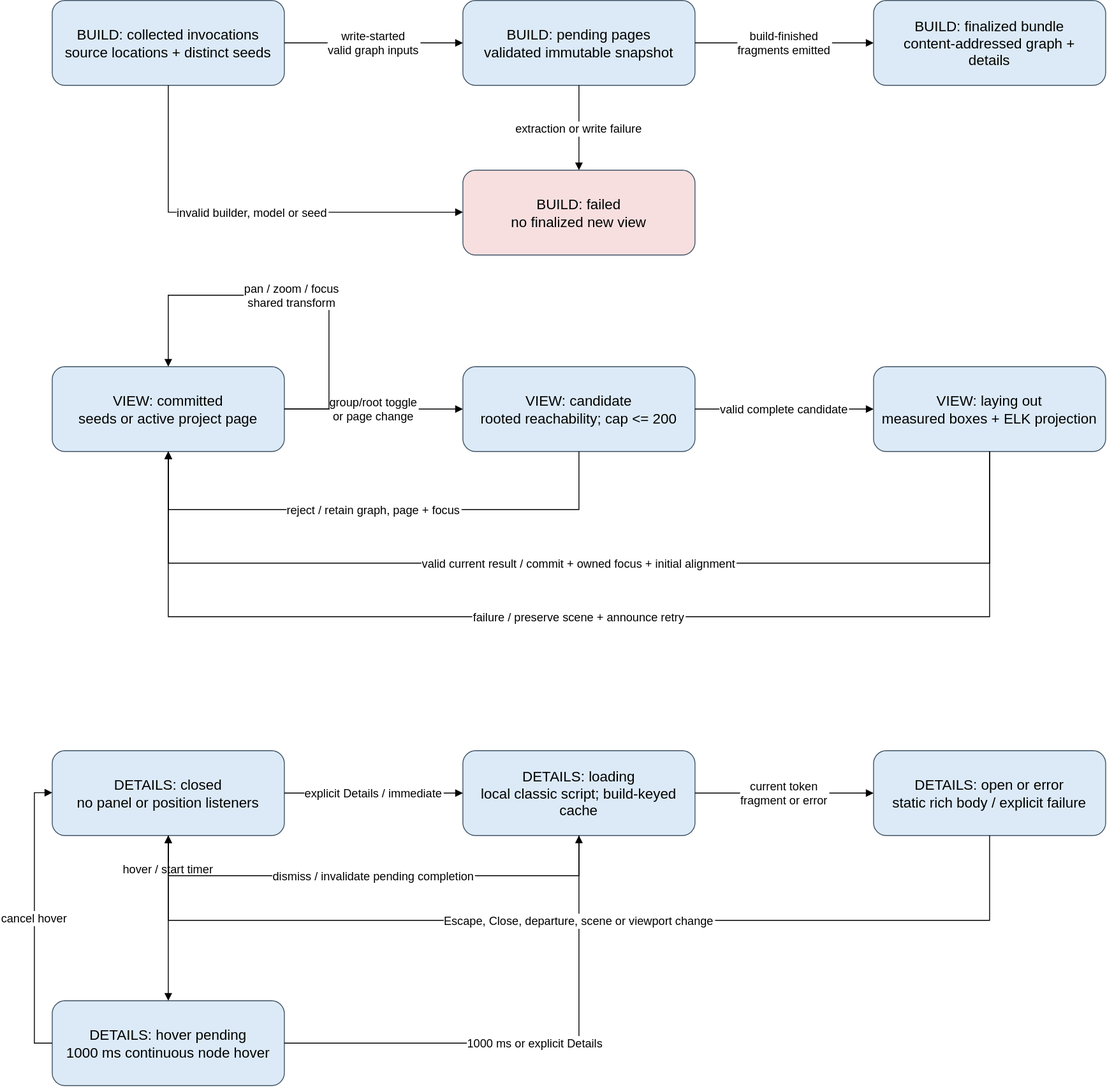
Above: docs/architecture/diagrams/state-machine.svg in sysblacksmith/STV_sphinx-traceability-view (draw.io), before the change. Source tidied: cells renumbered, new cells last; positions are measured from the earlier drawing's top-left corner, leaving out a move shared by most shapes.
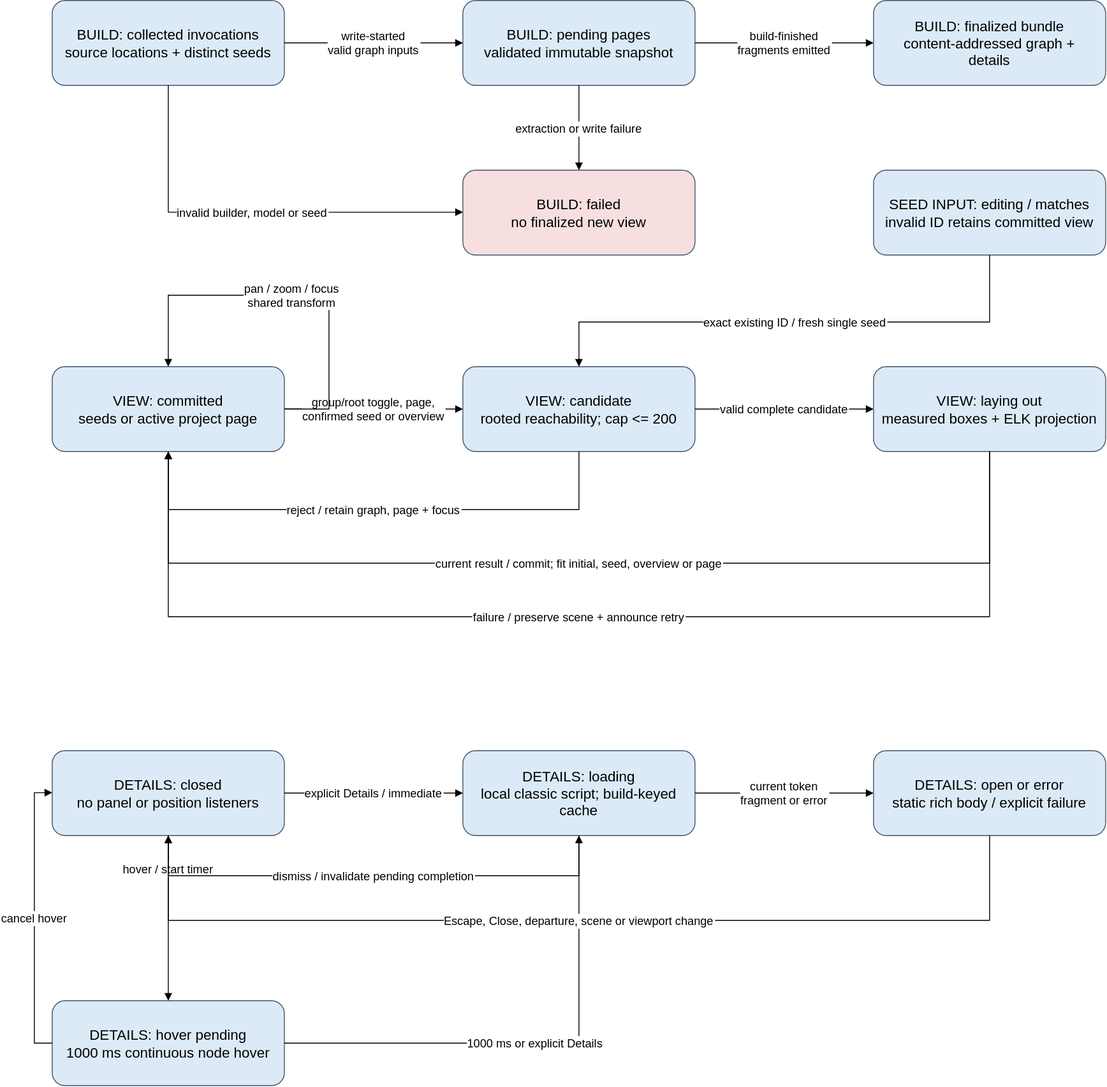
After the change.

Diff of the diagram source:
```diff
@@ -39,7 +39,7 @@
     <mxCell id="12" value="VIEW: laying out&#10;measured boxes + ELK projection" style="rounded=1;whiteSpace=wrap;html=0;fillColor=#dceaf7;strokeColor=#425466;fontSize=16;spacing=10;" parent="1" vertex="1">
       <mxGeometry x="940" y="410" width="260" height="95" as="geometry" />
     </mxCell>
-    <mxCell id="13" value="group/root toggle&#10;or page change" style="edgeStyle=orthogonalEdgeStyle;rounded=0;html=0;endArrow=block;fontSize=13;labelBackgroundColor=#ffffff;" parent="1" edge="1" source="10" target="11">
+    <mxCell id="13" value="group/root toggle, page,&#10;confirmed seed or overview" style="edgeStyle=orthogonalEdgeStyle;rounded=0;html=0;endArrow=block;fontSize=13;labelBackgroundColor=#ffffff;" parent="1" edge="1" source="10" target="11">
       <mxGeometry relative="1" as="geometry" />
     </mxCell>
     <mxCell id="14" value="valid complete candidate" style="edgeStyle=orthogonalEdgeStyle;rounded=0;html=0;endArrow=block;fontSize=13;labelBackgroundColor=#ffffff;" parent="1" edge="1" source="11" target="12">
@@ -53,7 +53,7 @@
         </Array>
       </mxGeometry>
     </mxCell>
-    <mxCell id="16" value="valid current result / commit + owned focus + initial alignment" style="edgeStyle=orthogonalEdgeStyle;rounded=0;html=0;endArrow=block;fontSize=13;labelBackgroundColor=#ffffff;" parent="1" edge="1" source="12" target="10">
+    <mxCell id="16" value="current result / commit; fit initial, seed, overview or page" style="edgeStyle=orthogonalEdgeStyle;rounded=0;html=0;endArrow=block;fontSize=13;labelBackgroundColor=#ffffff;" parent="1" edge="1" source="12" target="10">
       <mxGeometry relative="1" as="geometry">
         <Array as="points">
           <mxPoint x="1070" y="630" />
@@ -78,6 +78,17 @@
         </Array>
       </mxGeometry>
     </mxCell>
+    <mxCell id="30" value="SEED INPUT: editing / matches&#10;invalid ID retains committed view" style="rounded=1;whiteSpace=wrap;html=0;fillColor=#dceaf7;strokeColor=#425466;fontSize=16;spacing=10;" parent="1" vertex="1">
+      <mxGeometry x="940" y="190" width="260" height="95" as="geometry" />
+    </mxCell>
+    <mxCell id="31" value="exact existing ID / fresh single seed" style="edgeStyle=orthogonalEdgeStyle;rounded=0;html=0;endArrow=block;fontSize=13;labelBackgroundColor=#ffffff;" parent="1" edge="1" source="30" target="11">
+      <mxGeometry relative="1" as="geometry">
+        <Array as="points">
+          <mxPoint x="1070" y="360" />
+          <mxPoint x="610" y="360" />
+        </Array>
+      </mxGeometry>
+    </mxCell>
     <mxCell id="19" value="DETAILS: closed&#10;no panel or position listeners" style="rounded=1;whiteSpace=wrap;html=0;fillColor=#dceaf7;strokeColor=#425466;fontSize=16;spacing=10;" parent="1" vertex="1">
       <mxGeometry x="20" y="840" width="260" height="95" as="geometry" />
     </mxCell>
```
